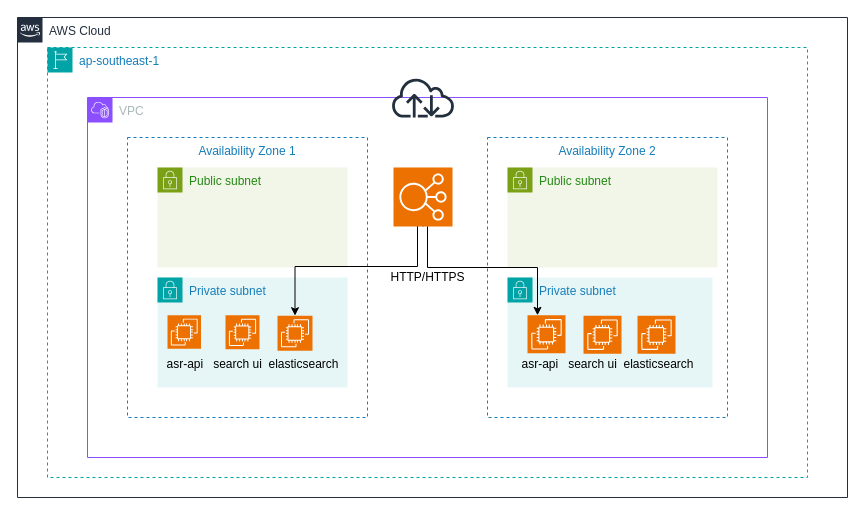
whatdoyoumin/htx-project keeps this draw.io diagram as deployment-design/deployment-design.drawio. Above is the earlier version. Source tidied: cells renumbered, new cells numbered last; positions are measured from the earlier drawing's top-left corner, leaving out a move shared by most shapes. Both pictures are drawn from the tidied source at 100%, with x=0, y=0 at pixel (17, 17).
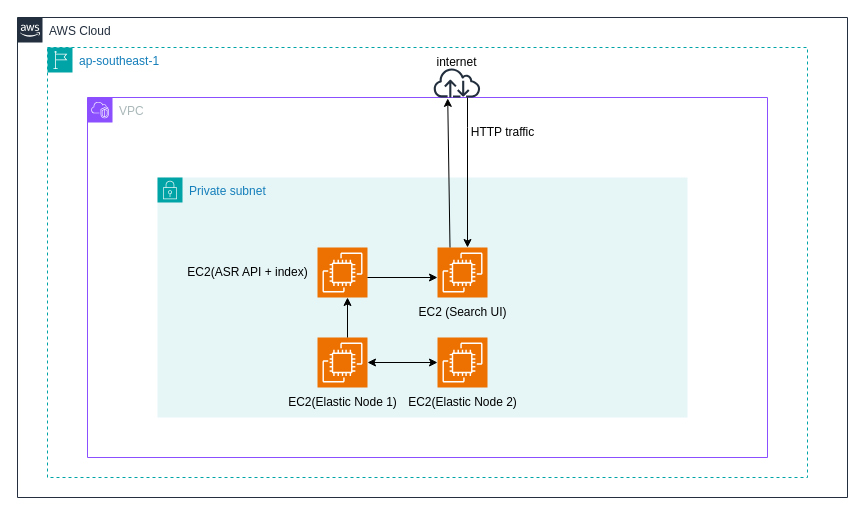
The same diagram, later.

The change refers to these unchanged cells:
```xml
<mxCell id="3" value="ap-southeast-1" style="gradientColor=none;html=1;whiteSpace=wrap;fontSize=12;fontStyle=0;shape=mxgraph.aws4.group;grIcon=mxgraph.aws4.group_region;strokeColor=#00A4A6;fillColor=none;verticalAlign=top;align=left;spacingLeft=30;fontColor=#147EBA;dashed=1;" parent="2" vertex="1">
  <mxGeometry x="30" y="30" width="760" height="430" as="geometry" />
</mxCell>
<mxCell id="4" value="VPC" style="gradientColor=none;html=1;whiteSpace=wrap;fontSize=12;fontStyle=0;shape=mxgraph.aws4.group;grIcon=mxgraph.aws4.group_vpc2;strokeColor=#8C4FFF;fillColor=none;verticalAlign=top;align=left;spacingLeft=30;fontColor=#AAB7B8;dashed=0;" parent="3" vertex="1">
  <mxGeometry x="40" y="50" width="680" height="360" as="geometry" />
</mxCell>
```

Change to the diagram source:
```diff
@@
-    <mxCell id="5" value="Availability Zone 1" style="fillColor=none;strokeColor=#147EBA;dashed=1;verticalAlign=top;fontStyle=0;fontColor=#147EBA;whiteSpace=wrap;html=1;" parent="4" vertex="1">
-      <mxGeometry x="40" y="40" width="240" height="280" as="geometry" />
-    </mxCell>
-    <mxCell id="6" value="Availability Zone 2" style="fillColor=none;strokeColor=#147EBA;dashed=1;verticalAlign=top;fontStyle=0;fontColor=#147EBA;whiteSpace=wrap;html=1;" parent="4" vertex="1">
-      <mxGeometry x="400" y="40" width="240" height="280" as="geometry" />
-    </mxCell>
     <mxCell id="7" value="Private subnet" style="gradientColor=none;html=1;whiteSpace=wrap;fontSize=12;fontStyle=0;shape=mxgraph.aws4.group;grIcon=mxgraph.aws4.group_security_group;grStroke=0;strokeColor=#00A4A6;fillColor=#E6F6F7;verticalAlign=top;align=left;spacingLeft=30;fontColor=#147EBA;dashed=0;" parent="4" vertex="1">
-      <mxGeometry x="70" y="180" width="190" height="110" as="geometry" />
+      <mxGeometry x="70" y="80" width="530" height="240" as="geometry" />
     </mxCell>
-    <mxCell id="8" value="Private subnet" style="gradientColor=none;html=1;whiteSpace=wrap;fontSize=12;fontStyle=0;shape=mxgraph.aws4.group;grIcon=mxgraph.aws4.group_security_group;grStroke=0;strokeColor=#00A4A6;fillColor=#E6F6F7;verticalAlign=top;align=left;spacingLeft=30;fontColor=#147EBA;dashed=0;" parent="4" vertex="1">
-      <mxGeometry x="420" y="180" width="205" height="110" as="geometry" />
-    </mxCell>
-    <mxCell id="9" value="&amp;nbsp; &amp;nbsp; &amp;nbsp;asr-api&amp;nbsp; &amp;nbsp;search ui&amp;nbsp; elasticsearch&amp;nbsp;&amp;nbsp;" style="text;html=1;align=center;verticalAlign=middle;strokeColor=none;fillColor=none;" parent="8" vertex="1">
-      <mxGeometry x="-15" y="71.8" width="220" height="30" as="geometry" />
-    </mxCell>
-    <mxCell id="10" value="Public subnet" style="gradientColor=none;html=1;whiteSpace=wrap;fontSize=12;fontStyle=0;shape=mxgraph.aws4.group;grIcon=mxgraph.aws4.group_security_group;grStroke=0;strokeColor=#7AA116;fillColor=#F2F6E8;verticalAlign=top;align=left;spacingLeft=30;fontColor=#248814;dashed=0;" parent="4" vertex="1">
-      <mxGeometry x="70" y="70" width="190" height="100" as="geometry" />
-    </mxCell>
-    <mxCell id="11" value="Public subnet" style="gradientColor=none;html=1;whiteSpace=wrap;fontSize=12;fontStyle=0;shape=mxgraph.aws4.group;grIcon=mxgraph.aws4.group_security_group;grStroke=0;strokeColor=#7AA116;fillColor=#F2F6E8;verticalAlign=top;align=left;spacingLeft=30;fontColor=#248814;dashed=0;" parent="4" vertex="1">
-      <mxGeometry x="420" y="70" width="210" height="100" as="geometry" />
-    </mxCell>
-    <mxCell id="12" style="edgeStyle=orthogonalEdgeStyle;rounded=0;jettySize=auto;html=1;exitX=0.5;exitY=1;exitDx=0;exitDy=0;exitPerimeter=0;entryX=0.5;entryY=0;entryDx=0;entryDy=0;entryPerimeter=0;" parent="4" edge="1" source="13" target="15">
-      <mxGeometry relative="1" as="geometry">
-        <Array as="points">
-          <mxPoint x="330" y="119" />
-          <mxPoint x="330" y="169" />
-          <mxPoint x="208" y="169" />
-        </Array>
-      </mxGeometry>
-    </mxCell>
-    <mxCell id="13" style="sketch=0;points=[[0,0,0],[0.25,0,0],[0.5,0,0],[0.75,0,0],[1,0,0],[0,1,0],[0.25,1,0],[0.5,1,0],[0.75,1,0],[1,1,0],[0,0.25,0],[0,0.5,0],[0,0.75,0],[1,0.25,0],[1,0.5,0],[1,0.75,0]];outlineConnect=0;fontColor=#232F3E;fillColor=#ED7100;strokeColor=#ffffff;dashed=0;verticalLabelPosition=bottom;verticalAlign=top;align=center;html=1;fontSize=12;fontStyle=0;shape=mxgraph.aws4.resourceIcon;resIcon=mxgraph.aws4.elastic_load_balancing;" parent="4" vertex="1">
-      <mxGeometry x="306" y="70" width="59" height="59" as="geometry" />
-    </mxCell>
+    <mxCell id="17" style="sketch=0;points=[[0,0,0],[0.25,0,0],[0.5,0,0],[0.75,0,0],[1,0,0],[0,1,0],[0.25,1,0],[0.5,1,0],[0.75,1,0],[1,1,0],[0,0.25,0],[0,0.5,0],[0,0.75,0],[1,0.25,0],[1,0.5,0],[1,0.75,0]];outlineConnect=0;fontColor=#232F3E;fillColor=#ED7100;strokeColor=#ffffff;dashed=0;verticalLabelPosition=bottom;verticalAlign=top;align=center;html=1;fontSize=12;fontStyle=0;shape=mxgraph.aws4.resourceIcon;resIcon=mxgraph.aws4.ec2;" parent="7" vertex="1">
+      <mxGeometry x="160" y="160" width="50" height="50" as="geometry" />
+    </mxCell>
-    <mxCell id="14" style="sketch=0;points=[[0,0,0],[0.25,0,0],[0.5,0,0],[0.75,0,0],[1,0,0],[0,1,0],[0.25,1,0],[0.5,1,0],[0.75,1,0],[1,1,0],[0,0.25,0],[0,0.5,0],[0,0.75,0],[1,0.25,0],[1,0.5,0],[1,0.75,0]];outlineConnect=0;fontColor=#232F3E;fillColor=#ED7100;strokeColor=#ffffff;dashed=0;verticalLabelPosition=bottom;verticalAlign=top;align=center;html=1;fontSize=12;fontStyle=0;shape=mxgraph.aws4.resourceIcon;resIcon=mxgraph.aws4.ec2;" parent="4" vertex="1">
-      <mxGeometry x="80" y="217.8" width="33.5" height="33.5" as="geometry" />
+    <mxCell id="14" style="sketch=0;points=[[0,0,0],[0.25,0,0],[0.5,0,0],[0.75,0,0],[1,0,0],[0,1,0],[0.25,1,0],[0.5,1,0],[0.75,1,0],[1,1,0],[0,0.25,0],[0,0.5,0],[0,0.75,0],[1,0.25,0],[1,0.5,0],[1,0.75,0]];outlineConnect=0;fontColor=#232F3E;fillColor=#ED7100;strokeColor=#ffffff;dashed=0;verticalLabelPosition=bottom;verticalAlign=top;align=center;html=1;fontSize=12;fontStyle=0;shape=mxgraph.aws4.resourceIcon;resIcon=mxgraph.aws4.ec2;" parent="7" vertex="1">
+      <mxGeometry x="280" y="160" width="50" height="50" as="geometry" />
     </mxCell>
-    <mxCell id="15" style="sketch=0;points=[[0,0,0],[0.25,0,0],[0.5,0,0],[0.75,0,0],[1,0,0],[0,1,0],[0.25,1,0],[0.5,1,0],[0.75,1,0],[1,1,0],[0,0.25,0],[0,0.5,0],[0,0.75,0],[1,0.25,0],[1,0.5,0],[1,0.75,0]];outlineConnect=0;fontColor=#232F3E;fillColor=#ED7100;strokeColor=#ffffff;dashed=0;verticalLabelPosition=bottom;verticalAlign=top;align=center;html=1;fontSize=12;fontStyle=0;shape=mxgraph.aws4.resourceIcon;resIcon=mxgraph.aws4.ec2;" parent="4" vertex="1">
-      <mxGeometry x="190" y="218.2" width="35" height="35" as="geometry" />
+    <mxCell id="15" style="sketch=0;points=[[0,0,0],[0.25,0,0],[0.5,0,0],[0.75,0,0],[1,0,0],[0,1,0],[0.25,1,0],[0.5,1,0],[0.75,1,0],[1,1,0],[0,0.25,0],[0,0.5,0],[0,0.75,0],[1,0.25,0],[1,0.5,0],[1,0.75,0]];outlineConnect=0;fontColor=#232F3E;fillColor=#ED7100;strokeColor=#ffffff;dashed=0;verticalLabelPosition=bottom;verticalAlign=top;align=center;html=1;fontSize=12;fontStyle=0;shape=mxgraph.aws4.resourceIcon;resIcon=mxgraph.aws4.ec2;" parent="7" vertex="1">
+      <mxGeometry x="160" y="70" width="50" height="50" as="geometry" />
     </mxCell>
-    <mxCell id="16" value="&amp;nbsp; &amp;nbsp; &amp;nbsp;asr-api&amp;nbsp; &amp;nbsp;search ui&amp;nbsp; elasticsearch&amp;nbsp;&amp;nbsp;" style="text;html=1;align=center;verticalAlign=middle;strokeColor=none;fillColor=none;" parent="4" vertex="1">
-      <mxGeometry x="50" y="251.8" width="220" height="30" as="geometry" />
-    </mxCell>
-    <mxCell id="17" style="sketch=0;points=[[0,0,0],[0.25,0,0],[0.5,0,0],[0.75,0,0],[1,0,0],[0,1,0],[0.25,1,0],[0.5,1,0],[0.75,1,0],[1,1,0],[0,0.25,0],[0,0.5,0],[0,0.75,0],[1,0.25,0],[1,0.5,0],[1,0.75,0]];outlineConnect=0;fontColor=#232F3E;fillColor=#ED7100;strokeColor=#ffffff;dashed=0;verticalLabelPosition=bottom;verticalAlign=top;align=center;html=1;fontSize=12;fontStyle=0;shape=mxgraph.aws4.resourceIcon;resIcon=mxgraph.aws4.ec2;" parent="4" vertex="1">
-      <mxGeometry x="138" y="217.8" width="34" height="34" as="geometry" />
-    </mxCell>
+    <mxCell id="24" value="EC2(Elastic Node 1)" style="text;html=1;align=center;verticalAlign=middle;strokeColor=none;fillColor=none;" parent="7" vertex="1">
+      <mxGeometry x="120" y="210" width="130" height="30" as="geometry" />
+    </mxCell>
+    <mxCell id="25" value="EC2(Elastic Node 2)" style="text;html=1;align=center;verticalAlign=middle;strokeColor=none;fillColor=none;" parent="7" vertex="1">
+      <mxGeometry x="240" y="210" width="130" height="30" as="geometry" />
+    </mxCell>
+    <mxCell id="26" style="endArrow=classic;startArrow=classic;html=1;rounded=0;entryX=0;entryY=0.5;entryDx=0;entryDy=0;entryPerimeter=0;" parent="7" edge="1" source="17" target="14">
+      <mxGeometry relative="1" as="geometry" />
+    </mxCell>
+    <mxCell id="27" style="sketch=0;points=[[0,0,0],[0.25,0,0],[0.5,0,0],[0.75,0,0],[1,0,0],[0,1,0],[0.25,1,0],[0.5,1,0],[0.75,1,0],[1,1,0],[0,0.25,0],[0,0.5,0],[0,0.75,0],[1,0.25,0],[1,0.5,0],[1,0.75,0]];outlineConnect=0;fontColor=#232F3E;fillColor=#ED7100;strokeColor=#ffffff;dashed=0;verticalLabelPosition=bottom;verticalAlign=top;align=center;html=1;fontSize=12;fontStyle=0;shape=mxgraph.aws4.resourceIcon;resIcon=mxgraph.aws4.ec2;" parent="7" vertex="1">
+      <mxGeometry x="280" y="70" width="50" height="50" as="geometry" />
+    </mxCell>
+    <mxCell id="28" value="EC2(ASR API + index)" style="text;html=1;align=center;verticalAlign=middle;strokeColor=none;fillColor=none;" parent="7" vertex="1">
+      <mxGeometry x="20" y="80" width="140" height="30" as="geometry" />
+    </mxCell>
+    <mxCell id="29" value="EC2 (Search UI)" style="text;html=1;align=center;verticalAlign=middle;strokeColor=none;fillColor=none;" parent="7" vertex="1">
+      <mxGeometry x="250" y="120" width="110" height="30" as="geometry" />
+    </mxCell>
+    <mxCell id="30" style="endArrow=classic;html=1;rounded=0;" parent="7" edge="1">
+      <mxGeometry relative="1" as="geometry">
+        <mxPoint x="190" y="160" as="sourcePoint" />
+        <mxPoint x="190" y="120" as="targetPoint" />
+      </mxGeometry>
+    </mxCell>
+    <mxCell id="31" style="endArrow=classic;html=1;rounded=0;" parent="7" edge="1">
+      <mxGeometry relative="1" as="geometry">
+        <mxPoint x="210" y="100" as="sourcePoint" />
+        <mxPoint x="280" y="100" as="targetPoint" />
+      </mxGeometry>
+    </mxCell>
+    <mxCell id="22" value="HTTP traffic" style="text;html=1;align=center;verticalAlign=middle;strokeColor=none;fillColor=none;" parent="4" vertex="1">
+      <mxGeometry x="370" y="20" width="90" height="30" as="geometry" />
+    </mxCell>
+    <mxCell id="32" style="edgeStyle=orthogonalEdgeStyle;rounded=0;orthogonalLoop=1;jettySize=auto;html=1;" parent="4" edge="1">
+      <mxGeometry relative="1" as="geometry">
+        <mxPoint x="380" as="sourcePoint" />
+        <mxPoint x="380" y="150" as="targetPoint" />
+        <Array as="points">
+          <mxPoint x="380" y="30" />
+          <mxPoint x="380" y="30" />
+        </Array>
+      </mxGeometry>
+    </mxCell>
-    <mxCell id="18" style="sketch=0;outlineConnect=0;fontColor=#232F3E;gradientColor=none;fillColor=#232F3D;strokeColor=none;dashed=0;verticalLabelPosition=bottom;verticalAlign=top;align=center;html=1;fontSize=12;fontStyle=0;shape=mxgraph.aws4.internet;" parent="4" vertex="1">
-      <mxGeometry x="303" y="-20" width="65" height="40" as="geometry" />
+    <mxCell id="18" style="sketch=0;outlineConnect=0;fontColor=#232F3E;gradientColor=none;fillColor=#232F3D;strokeColor=none;dashed=0;verticalLabelPosition=bottom;verticalAlign=top;align=center;html=1;fontSize=12;fontStyle=0;shape=mxgraph.aws4.internet;" parent="3" vertex="1">
+      <mxGeometry x="385" y="20" width="48.8" height="30" as="geometry" />
     </mxCell>
-    <mxCell id="19" style="sketch=0;points=[[0,0,0],[0.25,0,0],[0.5,0,0],[0.75,0,0],[1,0,0],[0,1,0],[0.25,1,0],[0.5,1,0],[0.75,1,0],[1,1,0],[0,0.25,0],[0,0.5,0],[0,0.75,0],[1,0.25,0],[1,0.5,0],[1,0.75,0]];outlineConnect=0;fontColor=#232F3E;fillColor=#ED7100;strokeColor=#ffffff;dashed=0;verticalLabelPosition=bottom;verticalAlign=top;align=center;html=1;fontSize=12;fontStyle=0;shape=mxgraph.aws4.resourceIcon;resIcon=mxgraph.aws4.ec2;" parent="4" vertex="1">
-      <mxGeometry x="440" y="217.8" width="38" height="38" as="geometry" />
-    </mxCell>
-    <mxCell id="20" style="sketch=0;fontColor=#232F3E;fillColor=#ED7100;strokeColor=#ffffff;dashed=0;verticalLabelPosition=bottom;verticalAlign=top;align=center;html=1;fontSize=12;fontStyle=0;shape=mxgraph.aws4.resourceIcon;resIcon=mxgraph.aws4.ec2;" parent="4" vertex="1">
-      <mxGeometry x="496" y="218.2" width="38" height="38" as="geometry" />
-    </mxCell>
-    <mxCell id="21" style="sketch=0;fontColor=#232F3E;fillColor=#ED7100;strokeColor=#ffffff;dashed=0;verticalLabelPosition=bottom;verticalAlign=top;align=center;html=1;fontSize=12;fontStyle=0;shape=mxgraph.aws4.resourceIcon;resIcon=mxgraph.aws4.ec2;" parent="4" vertex="1">
-      <mxGeometry x="550" y="218.2" width="38" height="38" as="geometry" />
-    </mxCell>
-    <mxCell id="22" value="HTTP/HTTPS" style="text;html=1;align=center;verticalAlign=middle;strokeColor=none;fillColor=none;" parent="4" vertex="1">
-      <mxGeometry x="290" y="165" width="100" height="30" as="geometry" />
-    </mxCell>
-    <mxCell id="23" style="edgeStyle=orthogonalEdgeStyle;rounded=0;jettySize=auto;html=1;" parent="4" edge="1" source="13" target="19">
-      <mxGeometry relative="1" as="geometry">
-        <Array as="points">
-          <mxPoint x="340" y="170" />
-          <mxPoint x="450" y="170" />
-        </Array>
-      </mxGeometry>
-    </mxCell>
+    <mxCell id="33" style="endArrow=classic;html=1;rounded=0;entryX=0.302;entryY=1.03;entryDx=0;entryDy=0;entryPerimeter=0;exitX=0.25;exitY=0;exitDx=0;exitDy=0;exitPerimeter=0;" parent="3" edge="1" source="27" target="18">
+      <mxGeometry relative="1" as="geometry" />
+    </mxCell>
+    <mxCell id="34" value="internet" style="text;html=1;align=center;verticalAlign=middle;strokeColor=none;fillColor=none;" parent="3" vertex="1">
+      <mxGeometry x="379.4" width="60" height="30" as="geometry" />
+    </mxCell>
```
